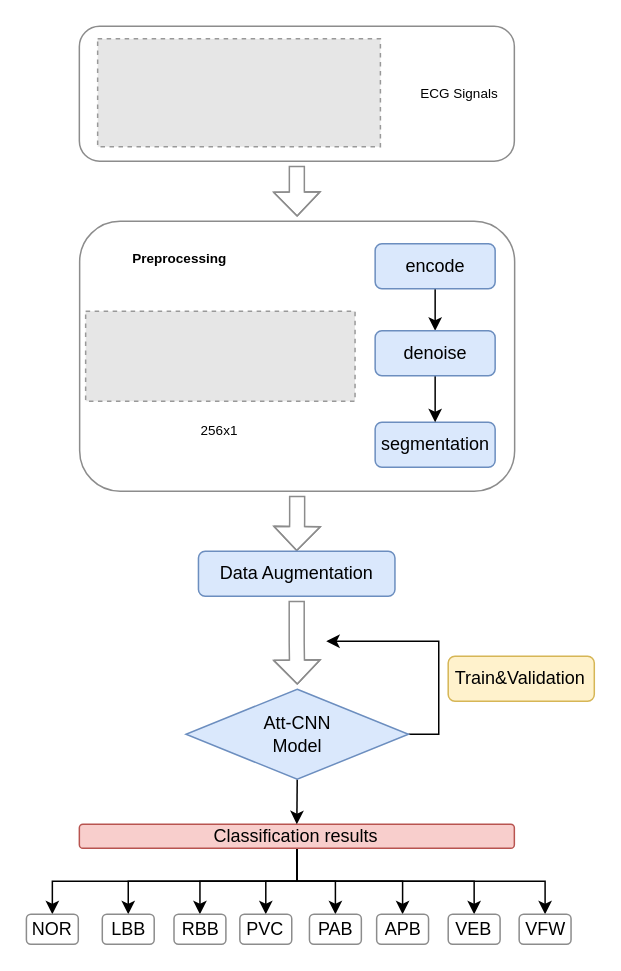
Before: CNN+ATT.drawio in WensonLuo/Drowio, a draw.io diagram. Source tidied: cells renumbered, new cells numbered last; positions are measured from the earlier drawing's top-left corner, leaving out a move shared by most shapes. Both pictures are drawn from the tidied source at 150%, with x=0, y=0 at pixel (26, 26). Pictures stored in the file or linked from it are replaced by grey dashed boxes.
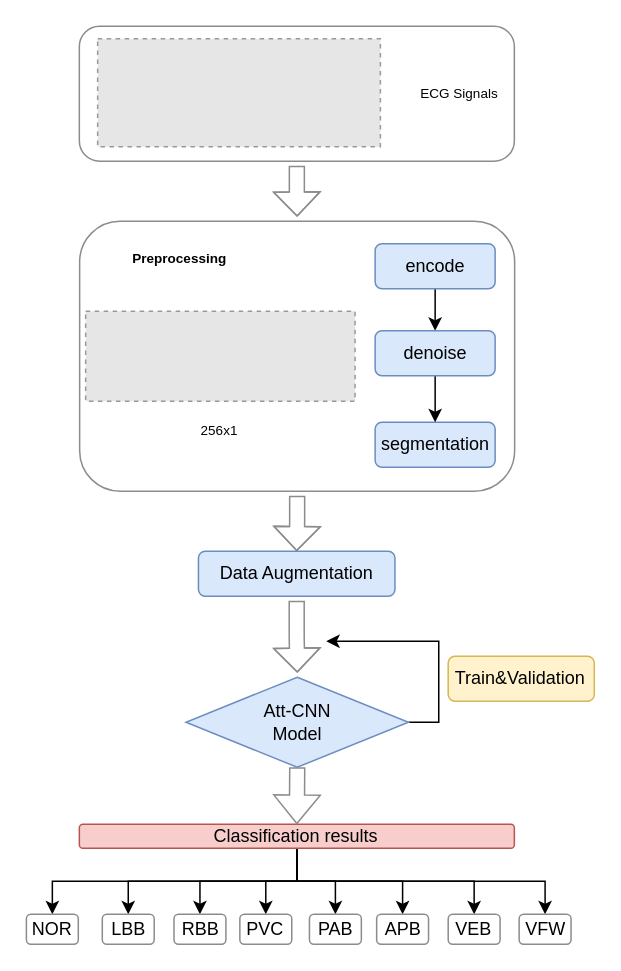
The same page after the edit.

The change refers to these unchanged cells:
```xml
<mxCell id="10" value="Classification results" style="rounded=1;whiteSpace=wrap;html=1;fillColor=#f8cecc;strokeColor=#b85450;" parent="1" vertex="1">
  <mxGeometry x="35.4" y="532" width="290" height="16" as="geometry" />
</mxCell>
```

The edit, as a diff of the source:
```diff
@@
     <mxCell id="27" style="edgeStyle=orthogonalEdgeStyle;rounded=0;jettySize=auto;html=1;exitX=1;exitY=0.5;exitDx=0;exitDy=0;sourcePerimeterSpacing=0;targetPerimeterSpacing=0;strokeColor=#000000;strokeWidth=1;" parent="1" edge="1" source="29">
       <mxGeometry relative="1" as="geometry">
         <mxPoint x="200" y="410" as="targetPoint" />
         <Array as="points">
-          <mxPoint x="275" y="472" />
+          <mxPoint x="275" y="464" />
           <mxPoint x="275" y="410" />
         </Array>
       </mxGeometry>
     </mxCell>
-    <mxCell id="28" style="edgeStyle=orthogonalEdgeStyle;rounded=0;jettySize=auto;html=1;exitX=0.5;exitY=1;exitDx=0;exitDy=0;entryX=0.5;entryY=0;entryDx=0;entryDy=0;sourcePerimeterSpacing=0;targetPerimeterSpacing=0;strokeColor=#000000;strokeWidth=1;" parent="1" edge="1" source="29" target="10">
+    <mxCell id="28" style="edgeStyle=orthogonalEdgeStyle;rounded=0;jettySize=auto;html=1;exitX=0.5;exitY=1;exitDx=0;exitDy=0;entryX=0.5;entryY=0;entryDx=0;entryDy=0;sourcePerimeterSpacing=3;targetPerimeterSpacing=3;strokeWidth=1;shape=flexArrow;strokeColor=#8C8C8C;" parent="1" edge="1" source="29" target="10">
       <mxGeometry relative="1" as="geometry" />
     </mxCell>
     <mxCell id="29" value="Att-CNN&lt;br&gt;Model" style="rhombus;whiteSpace=wrap;html=1;shadow=0;strokeColor=#6c8ebf;fillColor=#dae8fc;" parent="1" vertex="1">
-      <mxGeometry x="106.5" y="442" width="148.3" height="60" as="geometry" />
+      <mxGeometry x="106.5" y="434" width="148.3" height="60" as="geometry" />
     </mxCell>
```
